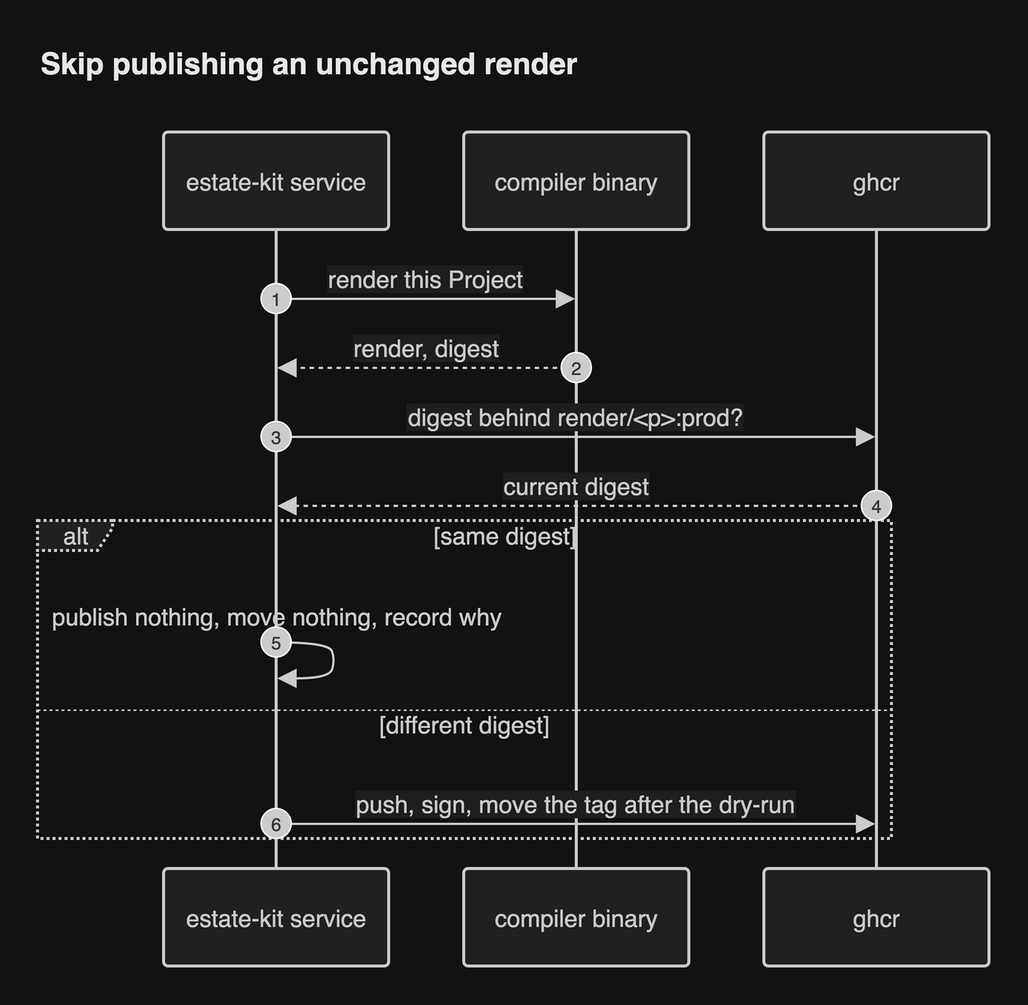
Earlier version of the draw.io export docs/diagrams/png/seq-cache.png (JorisJonkers-dev/estate-kit). Source tidied: cells renumbered, new cells last; positions are measured from the earlier drawing's top-left corner, leaving out a move shared by most shapes.
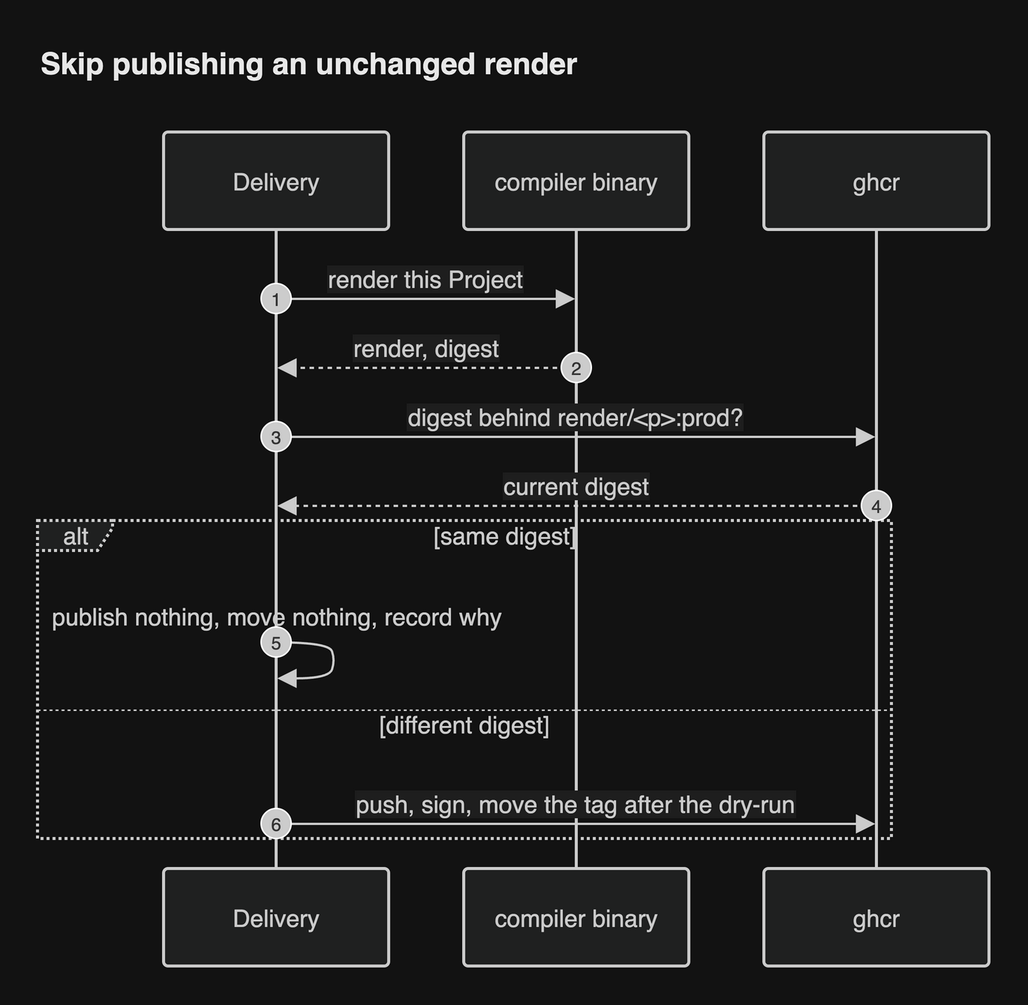
After the commit.

What changed in the source:
```diff
@@ -2,7 +2,7 @@
   <root>
     <mxCell id="0" />
     <mxCell id="1" parent="0" />
-    <mxCell id="2" value="estate-kit service" style="html=1;shape=umlLifeline;perimeter=lifelinePerimeter;whiteSpace=wrap;outlineConnect=0;portConstraint=eastwest;newEdgeStyle={&quot;edgeStyle&quot;:&quot;sequenceEdgeStyle&quot;,&quot;libavoidRouting&quot;:0,&quot;curved&quot;:0,&quot;rounded&quot;:0};lifelineDashed=0;strokeWidth=2;rounded=1;absoluteArcSize=1;arcSize=6;lifelineColor=light-dark(#9370DB,#cccccc);size=65;lifelineMirror=1;fillColor=light-dark(#ECECFF,#1f2020);strokeColor=light-dark(#9370DB,#cccccc);fontColor=light-dark(#333333,#cccccc);fontSize=16;fontFamily=Helvetica;" parent="1" vertex="1">
+    <mxCell id="2" value="Delivery" style="html=1;shape=umlLifeline;perimeter=lifelinePerimeter;whiteSpace=wrap;outlineConnect=0;portConstraint=eastwest;newEdgeStyle={&quot;edgeStyle&quot;:&quot;sequenceEdgeStyle&quot;,&quot;libavoidRouting&quot;:0,&quot;curved&quot;:0,&quot;rounded&quot;:0};lifelineDashed=0;strokeWidth=2;rounded=1;absoluteArcSize=1;arcSize=6;lifelineColor=light-dark(#9370DB,#cccccc);size=65;lifelineMirror=1;fillColor=light-dark(#ECECFF,#1f2020);strokeColor=light-dark(#9370DB,#cccccc);fontColor=light-dark(#333333,#cccccc);fontSize=16;fontFamily=Helvetica;" parent="1" vertex="1">
       <mxGeometry x="84" y="64" width="150" height="556" as="geometry" />
     </mxCell>
     <mxCell id="3" value="compiler binary" style="html=1;shape=umlLifeline;perimeter=lifelinePerimeter;whiteSpace=wrap;outlineConnect=0;portConstraint=eastwest;newEdgeStyle={&quot;edgeStyle&quot;:&quot;sequenceEdgeStyle&quot;,&quot;libavoidRouting&quot;:0,&quot;curved&quot;:0,&quot;rounded&quot;:0};lifelineDashed=0;strokeWidth=2;rounded=1;absoluteArcSize=1;arcSize=6;lifelineColor=light-dark(#9370DB,#cccccc);size=65;lifelineMirror=1;fillColor=light-dark(#ECECFF,#1f2020);strokeColor=light-dark(#9370DB,#cccccc);fontColor=light-dark(#333333,#cccccc);fontSize=16;fontFamily=Helvetica;" parent="1" vertex="1">
```
